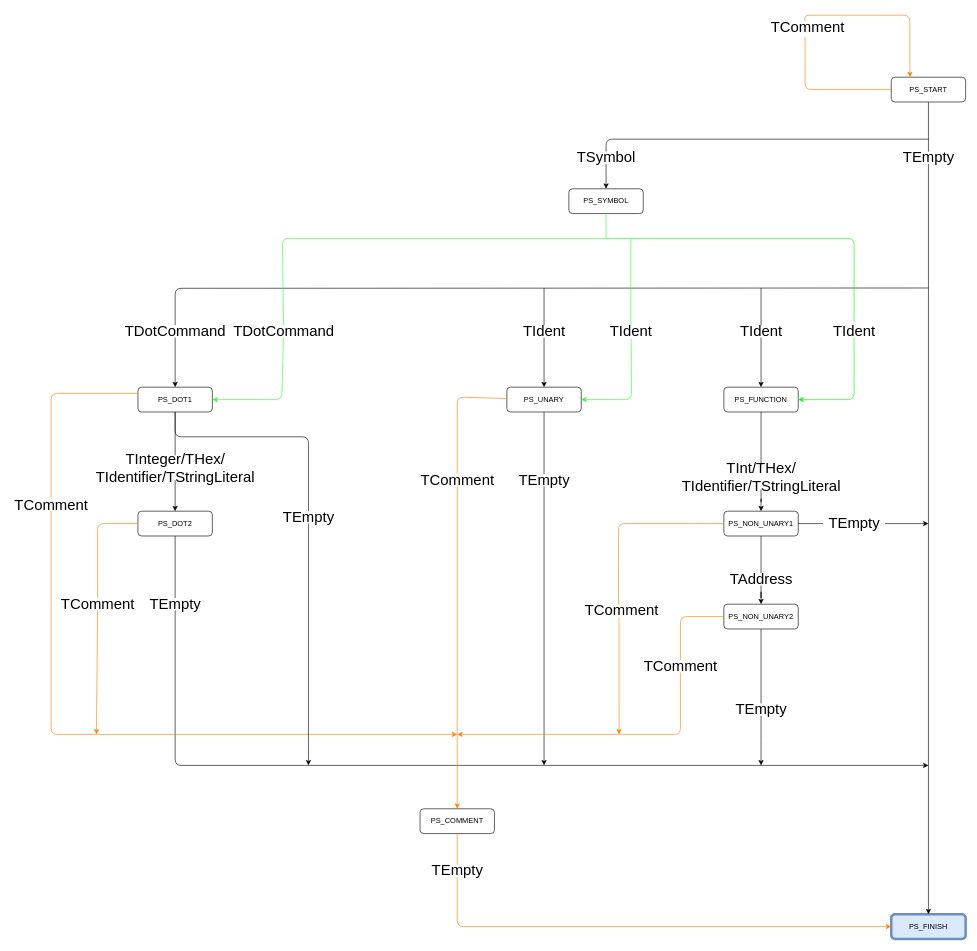
Above: page "Translator" (1 of 5) of docs/diagrams/Pep9Assembler.drawio in zackthomas1/Pep9Assembler (draw.io), before the change. Source tidied: cells renumbered, new cells numbered last; positions are measured from the earlier drawing's top-left corner, leaving out a move shared by most shapes. Both pictures are drawn from the tidied source at 62%, with x=0, y=0 at pixel (11, 15).
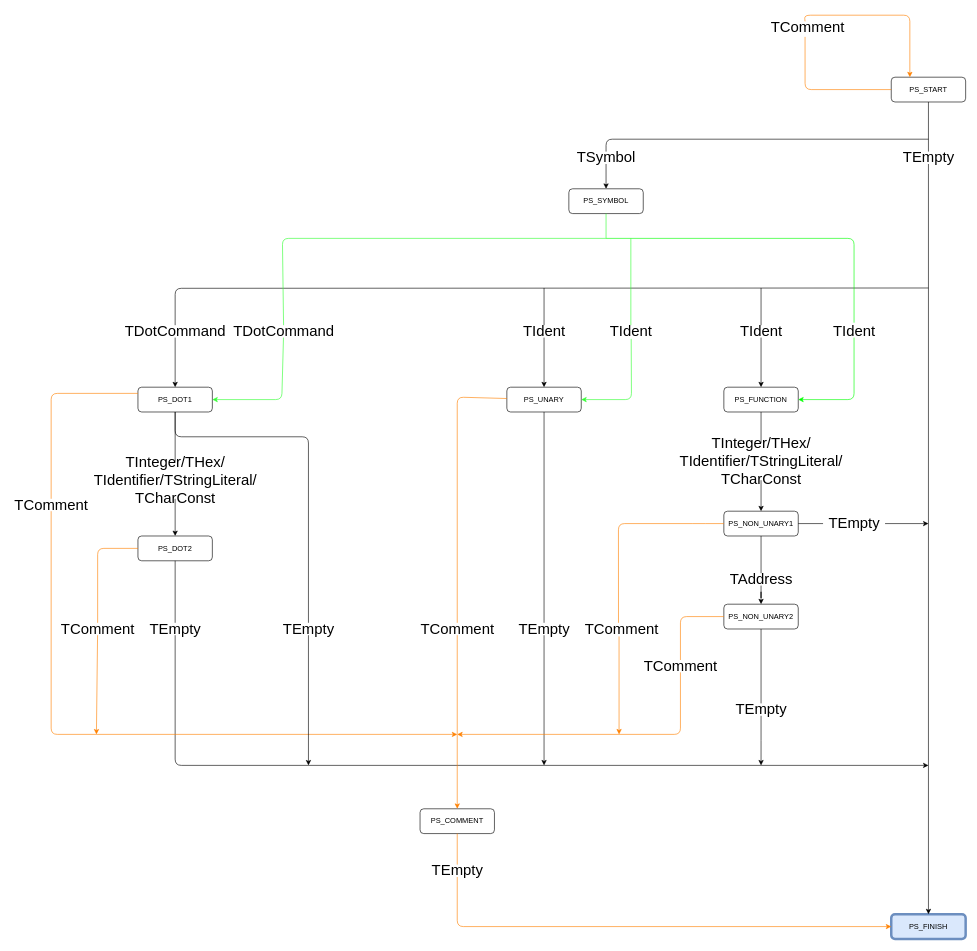
The same diagram, later.

Diff of the diagram source:
```diff
@@
     <mxCell id="11" value="PS_DOT2" style="rounded=1;whiteSpace=wrap;html=1;fontSize=12;glass=0;strokeWidth=1;shadow=0;" parent="1" vertex="1">
-      <mxGeometry x="205" y="800" width="120" height="40" as="geometry" />
+      <mxGeometry x="205" y="840" width="120" height="40" as="geometry" />
     </mxCell>
@@
-    <mxCell id="36" value="&lt;span style=&quot;font-size: 24px&quot;&gt;TInt/&lt;/span&gt;&lt;span style=&quot;font-size: 24px&quot;&gt;THex/&lt;/span&gt;&lt;span style=&quot;font-size: 24px&quot;&gt;&lt;br&gt;&lt;/span&gt;&lt;span style=&quot;font-size: 24px&quot;&gt;TIdentifier/TStringLiteral&lt;/span&gt;" style="text;html=1;align=center;verticalAlign=middle;points=[];strokeColor=none;" parent="1" vertex="1">
-      <mxGeometry x="1075" y="725" width="270" height="40" as="geometry" />
+    <mxCell id="36" value="&lt;span style=&quot;font-size: 24px&quot;&gt;TInteger/&lt;/span&gt;&lt;span style=&quot;font-size: 24px&quot;&gt;THex/&lt;/span&gt;&lt;span style=&quot;font-size: 24px&quot;&gt;&lt;br&gt;&lt;/span&gt;&lt;span style=&quot;font-size: 24px&quot;&gt;TIdentifier/TStringLiteral/&lt;br&gt;TCharConst&lt;/span&gt;" style="text;html=1;align=center;verticalAlign=middle;points=[];strokeColor=none;" parent="1" vertex="1">
+      <mxGeometry x="1070" y="690" width="280" height="60" as="geometry" />
     </mxCell>
@@
     <mxCell id="43" value="&lt;font style=&quot;font-size: 24px&quot;&gt;TEmpty&lt;/font&gt;" style="text;html=1;align=center;verticalAlign=middle;points=[];strokeColor=none;" parent="1" vertex="1">
-      <mxGeometry x="215" y="940" width="100" height="20" as="geometry" />
+      <mxGeometry x="215" y="980" width="100" height="20" as="geometry" />
     </mxCell>
@@
     <mxCell id="45" value="&lt;font style=&quot;font-size: 24px&quot;&gt;TEmpty&lt;/font&gt;" style="text;html=1;align=center;verticalAlign=middle;points=[];strokeColor=none;" parent="1" vertex="1">
-      <mxGeometry x="810" y="740" width="100" height="20" as="geometry" />
+      <mxGeometry x="810" y="980" width="100" height="20" as="geometry" />
     </mxCell>
@@
-    <mxCell id="47" value="&lt;span style=&quot;font-size: 24px&quot;&gt;TInteger/&lt;/span&gt;&lt;span style=&quot;font-size: 24px&quot;&gt;THex/&lt;/span&gt;&lt;span style=&quot;font-size: 24px&quot;&gt;&lt;br&gt;&lt;/span&gt;&lt;span style=&quot;font-size: 24px&quot;&gt;TIdentifier/TStringLiteral&lt;/span&gt;" style="text;html=1;align=center;verticalAlign=middle;points=[];strokeColor=none;" parent="1" vertex="1">
-      <mxGeometry x="130" y="710" width="270" height="40" as="geometry" />
+    <mxCell id="47" value="&lt;span style=&quot;font-size: 24px&quot;&gt;TInteger/&lt;/span&gt;&lt;span style=&quot;font-size: 24px&quot;&gt;THex/&lt;/span&gt;&lt;span style=&quot;font-size: 24px&quot;&gt;&lt;br&gt;&lt;/span&gt;&lt;span style=&quot;font-size: 24px&quot;&gt;TIdentifier/TStringLiteral/&lt;br&gt;TCharConst&lt;/span&gt;" style="text;html=1;align=center;verticalAlign=middle;points=[];strokeColor=none;" parent="1" vertex="1">
+      <mxGeometry x="125" y="720" width="280" height="60" as="geometry" />
     </mxCell>
@@
     <mxCell id="49" value="&lt;font style=&quot;font-size: 24px&quot;&gt;TComment&lt;/font&gt;" style="text;html=1;align=center;verticalAlign=middle;points=[];strokeColor=none;" parent="1" vertex="1">
-      <mxGeometry x="75" y="940" width="130" height="20" as="geometry" />
+      <mxGeometry x="75" y="980" width="130" height="20" as="geometry" />
     </mxCell>
     <mxCell id="50" style="endArrow=none;html=1;strokeColor=#FF8000;startArrow=none;" parent="1" edge="1" source="11" target="49">
       <mxGeometry relative="1" as="geometry">
         <Array as="points">
-          <mxPoint x="140" y="820" />
+          <mxPoint x="140" y="860" />
         </Array>
       </mxGeometry>
     </mxCell>
@@
     <mxCell id="56" value="&lt;font style=&quot;font-size: 24px&quot;&gt;TComment&lt;/font&gt;" style="text;html=1;align=center;verticalAlign=middle;points=[];strokeColor=none;" parent="1" vertex="1">
-      <mxGeometry x="920" y="950" width="130" height="20" as="geometry" />
+      <mxGeometry x="920" y="980" width="130" height="20" as="geometry" />
     </mxCell>
@@
     <mxCell id="62" value="&lt;font style=&quot;font-size: 24px&quot;&gt;TComment&lt;/font&gt;" style="text;html=1;align=center;verticalAlign=middle;points=[];strokeColor=none;" parent="1" vertex="1">
-      <mxGeometry x="655" y="740" width="130" height="20" as="geometry" />
+      <mxGeometry x="655" y="980" width="130" height="20" as="geometry" />
     </mxCell>
@@
     <mxCell id="74" value="&lt;font style=&quot;font-size: 24px&quot;&gt;TEmpty&lt;/font&gt;" style="text;html=1;align=center;verticalAlign=middle;points=[];strokeColor=none;" parent="1" vertex="1">
-      <mxGeometry x="430" y="800" width="100" height="20" as="geometry" />
+      <mxGeometry x="430" y="980" width="100" height="20" as="geometry" />
     </mxCell>
```
